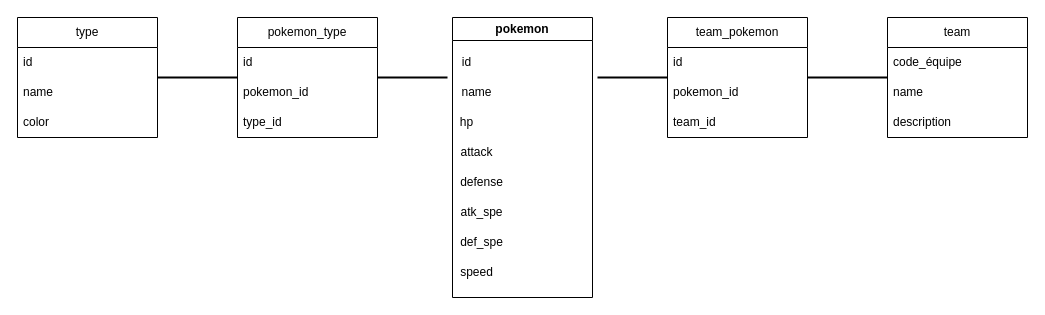
Above: mld.drawio in LouisAntoninLesieur/backend-revision (draw.io), before the change. Source tidied: cells renumbered, new cells numbered last; positions are measured from the earlier drawing's top-left corner, leaving out a move shared by most shapes. Both pictures are drawn from the tidied source at 100%, with x=0, y=0 at pixel (17, 17).
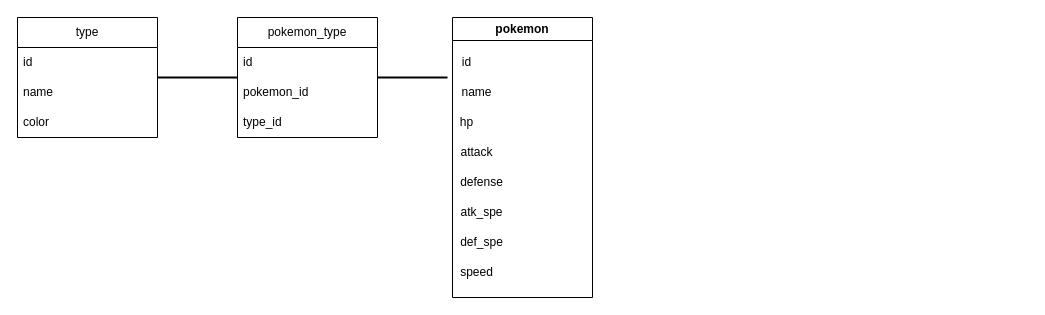
The same page after the edit.

The edit, as a diff of the source:
```diff
@@
-    <mxCell id="6" value="team" style="swimlane;fontStyle=0;horizontal=1;startSize=30;whiteSpace=wrap;html=1;" parent="1" vertex="1">
-      <mxGeometry x="870" width="140" height="120" as="geometry" />
-    </mxCell>
-    <mxCell id="7" value="code_équipe" style="text;strokeColor=none;fillColor=none;align=left;verticalAlign=middle;spacingLeft=4;spacingRight=4;overflow=hidden;whiteSpace=wrap;html=1;" parent="6" vertex="1">
-      <mxGeometry y="30" width="140" height="30" as="geometry" />
-    </mxCell>
-    <mxCell id="8" value="name" style="text;strokeColor=none;fillColor=none;align=left;verticalAlign=middle;spacingLeft=4;spacingRight=4;overflow=hidden;whiteSpace=wrap;html=1;" parent="6" vertex="1">
-      <mxGeometry y="60" width="140" height="30" as="geometry" />
-    </mxCell>
-    <mxCell id="9" value="description" style="text;strokeColor=none;fillColor=none;align=left;verticalAlign=middle;spacingLeft=4;spacingRight=4;overflow=hidden;whiteSpace=wrap;html=1;" parent="6" vertex="1">
-      <mxGeometry y="90" width="140" height="30" as="geometry" />
-    </mxCell>
@@
-    <mxCell id="23" value="team_pokemon" style="swimlane;fontStyle=0;horizontal=1;startSize=30;whiteSpace=wrap;html=1;" parent="1" vertex="1">
-      <mxGeometry x="650" width="140" height="120" as="geometry" />
-    </mxCell>
-    <mxCell id="24" value="id" style="text;strokeColor=none;fillColor=none;align=left;verticalAlign=middle;spacingLeft=4;spacingRight=4;overflow=hidden;whiteSpace=wrap;html=1;" parent="23" vertex="1">
-      <mxGeometry y="30" width="140" height="30" as="geometry" />
-    </mxCell>
-    <mxCell id="25" value="pokemon_id" style="text;strokeColor=none;fillColor=none;align=left;verticalAlign=middle;spacingLeft=4;spacingRight=4;overflow=hidden;whiteSpace=wrap;html=1;" parent="23" vertex="1">
-      <mxGeometry y="60" width="140" height="30" as="geometry" />
-    </mxCell>
-    <mxCell id="26" value="team_id" style="text;strokeColor=none;fillColor=none;align=left;verticalAlign=middle;spacingLeft=4;spacingRight=4;overflow=hidden;whiteSpace=wrap;html=1;" parent="23" vertex="1">
-      <mxGeometry y="90" width="140" height="30" as="geometry" />
-    </mxCell>
@@
-    <mxCell id="29" style="line;strokeWidth=2;html=1;" parent="1" vertex="1">
-      <mxGeometry x="580" y="55" width="70" height="10" as="geometry" />
-    </mxCell>
-    <mxCell id="30" style="line;strokeWidth=2;html=1;" parent="1" vertex="1">
-      <mxGeometry x="790" y="55" width="80" height="10" as="geometry" />
-    </mxCell>
```
